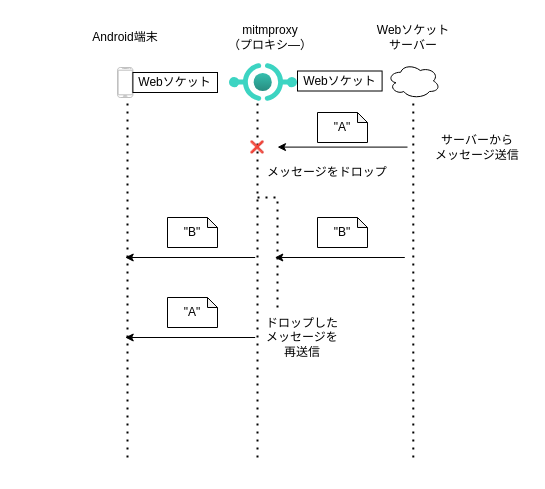
shotaIDE/zenn keeps this draw.io diagram as images/delay-websocket-message-to-android/summary.drawio. Above is the earlier version. Source tidied: cells renumbered, new cells numbered last; positions are measured from the earlier drawing's top-left corner, leaving out a move shared by most shapes. Both pictures are drawn from the tidied source at 100%, with x=0, y=0 at pixel (85, 17).
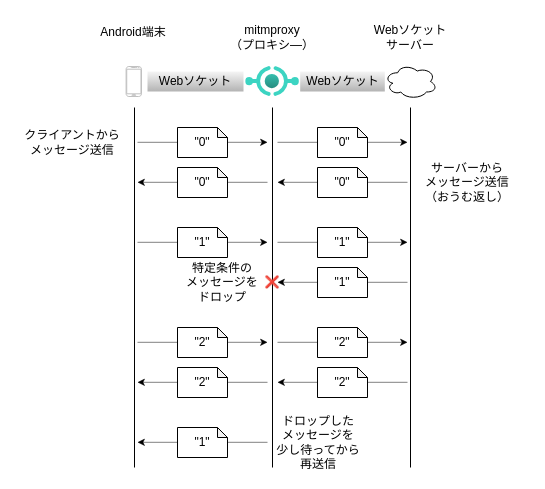
After the change.

What changed in the source:
```diff
@@
     <mxCell id="2" style="verticalLabelPosition=bottom;verticalAlign=top;html=1;shadow=0;dashed=0;strokeWidth=1;shape=mxgraph.android.phone2;strokeColor=#c0c0c0;" parent="1" vertex="1">
-      <mxGeometry x="32" y="50" width="15.4" height="30" as="geometry" />
+      <mxGeometry x="40.6" y="49" width="15.4" height="30" as="geometry" />
     </mxCell>
     <mxCell id="3" style="image;html=1;align=center;fontSize=12;image=img/lib/azure2/other/API_Proxy.svg;" parent="1" vertex="1">
-      <mxGeometry x="144" y="46" width="68" height="38" as="geometry" />
+      <mxGeometry x="160.2" y="49" width="53.7" height="30" as="geometry" />
     </mxCell>
     <mxCell id="4" style="ellipse;shape=cloud;whiteSpace=wrap;html=1;" parent="1" vertex="1">
-      <mxGeometry x="302" y="46" width="52.5" height="35" as="geometry" />
+      <mxGeometry x="299" y="46.5" width="52.5" height="35" as="geometry" />
     </mxCell>
-    <mxCell id="5" value="Webソケット" style="rounded=0;whiteSpace=wrap;html=1;" parent="1" vertex="1">
-      <mxGeometry x="47.4" y="55" width="84.6" height="20" as="geometry" />
+    <mxCell id="5" value="Webソケット" style="rounded=0;whiteSpace=wrap;html=1;fillColor=#f5f5f5;gradientColor=#b3b3b3;strokeColor=none;" parent="1" vertex="1">
+      <mxGeometry x="62" y="54" width="96" height="20" as="geometry" />
     </mxCell>
-    <mxCell id="6" value="Webソケット" style="rounded=0;whiteSpace=wrap;html=1;" parent="1" vertex="1">
-      <mxGeometry x="212" y="53.5" width="84.6" height="20" as="geometry" />
+    <mxCell id="6" value="Webソケット" style="rounded=0;whiteSpace=wrap;html=1;fillColor=#f5f5f5;strokeColor=none;gradientColor=#b3b3b3;" parent="1" vertex="1">
+      <mxGeometry x="214.7" y="54" width="84.6" height="20" as="geometry" />
     </mxCell>
     <mxCell id="7" value="Android端末" style="text;html=1;align=center;verticalAlign=middle;whiteSpace=wrap;rounded=0;" parent="1" vertex="1">
-      <mxGeometry x="-0.3" y="5" width="80" height="30" as="geometry" />
+      <mxGeometry x="8.3" width="80" height="30" as="geometry" />
     </mxCell>
     <mxCell id="8" value="mitmproxy&lt;div&gt;（プロキシ―）&lt;/div&gt;" style="text;html=1;align=center;verticalAlign=middle;whiteSpace=wrap;rounded=0;" parent="1" vertex="1">
-      <mxGeometry x="138" width="94" height="40" as="geometry" />
+      <mxGeometry x="140" width="94" height="40" as="geometry" />
     </mxCell>
     <mxCell id="9" value="Webソケット&lt;div&gt;サーバー&lt;/div&gt;" style="text;html=1;align=center;verticalAlign=middle;whiteSpace=wrap;rounded=0;" parent="1" vertex="1">
-      <mxGeometry x="281.2" width="94" height="40" as="geometry" />
+      <mxGeometry x="278.2" width="94" height="40" as="geometry" />
     </mxCell>
-    <mxCell id="10" style="endArrow=none;dashed=1;html=1;dashPattern=1 3;strokeWidth=2;rounded=0;" parent="1" edge="1">
+    <mxCell id="10" style="endArrow=none;html=1;strokeWidth=1;rounded=0;" parent="1" edge="1">
       <mxGeometry relative="1" as="geometry">
-        <mxPoint x="42" y="440" as="sourcePoint" />
-        <mxPoint x="42" y="84" as="targetPoint" />
+        <mxPoint x="49" y="450" as="sourcePoint" />
+        <mxPoint x="49" y="90" as="targetPoint" />
       </mxGeometry>
     </mxCell>
-    <mxCell id="11" style="endArrow=none;dashed=1;html=1;dashPattern=1 3;strokeWidth=2;rounded=0;" parent="1" edge="1">
+    <mxCell id="11" style="endArrow=none;html=1;strokeWidth=1;rounded=0;" parent="1" edge="1">
       <mxGeometry relative="1" as="geometry">
-        <mxPoint x="172" y="440" as="sourcePoint" />
-        <mxPoint x="172" y="84" as="targetPoint" />
+        <mxPoint x="187" y="450" as="sourcePoint" />
+        <mxPoint x="187" y="90" as="targetPoint" />
       </mxGeometry>
     </mxCell>
-    <mxCell id="12" style="endArrow=none;dashed=1;html=1;dashPattern=1 3;strokeWidth=2;rounded=0;" parent="1" edge="1">
+    <mxCell id="12" style="endArrow=none;html=1;strokeWidth=1;rounded=0;" parent="1" edge="1">
       <mxGeometry relative="1" as="geometry">
-        <mxPoint x="327.8" y="440" as="sourcePoint" />
-        <mxPoint x="327.8" y="84" as="targetPoint" />
+        <mxPoint x="325" y="450" as="sourcePoint" />
+        <mxPoint x="325" y="90" as="targetPoint" />
       </mxGeometry>
     </mxCell>
-    <mxCell id="13" style="endArrow=classic;html=1;rounded=0;" parent="1" edge="1">
-      <mxGeometry relative="1" as="geometry">
-        <mxPoint x="169.7" y="240" as="sourcePoint" />
-        <mxPoint x="39.7" y="240" as="targetPoint" />
-      </mxGeometry>
-    </mxCell>
-    <mxCell id="14" style="endArrow=classic;html=1;rounded=0;" parent="1" edge="1">
-      <mxGeometry relative="1" as="geometry">
-        <mxPoint x="322" y="129.6" as="sourcePoint" />
-        <mxPoint x="192" y="129.6" as="targetPoint" />
-      </mxGeometry>
-    </mxCell>
-    <mxCell id="15" value="サーバーから&lt;div&gt;メッセージ送信&lt;/div&gt;" style="text;html=1;align=center;verticalAlign=middle;whiteSpace=wrap;rounded=0;" parent="1" vertex="1">
-      <mxGeometry x="342" y="110" width="100" height="40" as="geometry" />
+    <mxCell id="15" value="サーバーから&lt;div&gt;メッセージ送信&lt;/div&gt;&lt;div&gt;（おうむ返し）&lt;/div&gt;" style="text;html=1;align=center;verticalAlign=middle;whiteSpace=wrap;rounded=0;" parent="1" vertex="1">
+      <mxGeometry x="332" y="136.9" width="100" height="56.2" as="geometry" />
     </mxCell>
-    <mxCell id="16" value="&quot;A&quot;" style="shape=note;whiteSpace=wrap;html=1;backgroundOutline=1;darkOpacity=0.05;size=10;" parent="1" vertex="1">
-      <mxGeometry x="82" y="280" width="50" height="30" as="geometry" />
-    </mxCell>
-    <mxCell id="17" value="&quot;A&quot;" style="shape=note;whiteSpace=wrap;html=1;backgroundOutline=1;darkOpacity=0.05;size=10;" parent="1" vertex="1">
-      <mxGeometry x="232" y="95" width="50" height="30" as="geometry" />
-    </mxCell>
-    <mxCell id="18" style="endArrow=classic;html=1;rounded=0;" parent="1" edge="1">
-      <mxGeometry relative="1" as="geometry">
-        <mxPoint x="319.3" y="240" as="sourcePoint" />
-        <mxPoint x="189.3" y="240" as="targetPoint" />
-      </mxGeometry>
-    </mxCell>
-    <mxCell id="19" value="&quot;B&quot;" style="shape=note;whiteSpace=wrap;html=1;backgroundOutline=1;darkOpacity=0.05;size=10;" parent="1" vertex="1">
-      <mxGeometry x="232" y="200" width="50" height="30" as="geometry" />
-    </mxCell>
-    <mxCell id="20" value="&quot;B&quot;" style="shape=note;whiteSpace=wrap;html=1;backgroundOutline=1;darkOpacity=0.05;size=10;" parent="1" vertex="1">
-      <mxGeometry x="82" y="200" width="50" height="30" as="geometry" />
-    </mxCell>
-    <mxCell id="21" style="endArrow=classic;html=1;rounded=0;" parent="1" edge="1">
-      <mxGeometry relative="1" as="geometry">
-        <mxPoint x="169.7" y="320" as="sourcePoint" />
-        <mxPoint x="39.7" y="320" as="targetPoint" />
-      </mxGeometry>
-    </mxCell>
     <mxCell id="22" value="❌" style="text;html=1;align=center;verticalAlign=middle;whiteSpace=wrap;rounded=0;" parent="1" vertex="1">
-      <mxGeometry x="152" y="110" width="40" height="40" as="geometry" />
+      <mxGeometry x="167" y="245" width="40" height="40" as="geometry" />
     </mxCell>
-    <mxCell id="23" value="&lt;div&gt;メッセージをドロップ&lt;/div&gt;" style="text;html=1;align=center;verticalAlign=middle;whiteSpace=wrap;rounded=0;" parent="1" vertex="1">
-      <mxGeometry x="172" y="140" width="140" height="30" as="geometry" />
+    <mxCell id="23" value="&lt;div&gt;特定条件の&lt;/div&gt;&lt;div&gt;メッセージを&lt;/div&gt;&lt;div&gt;ドロップ&lt;/div&gt;" style="text;html=1;align=center;verticalAlign=middle;whiteSpace=wrap;rounded=0;" parent="1" vertex="1">
+      <mxGeometry x="92" y="240" width="90" height="50" as="geometry" />
     </mxCell>
-    <mxCell id="24" value="ドロップした&lt;div&gt;メッセージを&lt;div&gt;再送信&lt;/div&gt;&lt;/div&gt;" style="text;html=1;align=center;verticalAlign=middle;whiteSpace=wrap;rounded=0;" parent="1" vertex="1">
-      <mxGeometry x="172" y="290" width="90" height="60" as="geometry" />
+    <mxCell id="24" value="ドロップした&lt;div&gt;メッセージを&lt;/div&gt;&lt;div&gt;少し待ってから&lt;br&gt;&lt;div&gt;再送信&lt;/div&gt;&lt;/div&gt;" style="text;html=1;align=center;verticalAlign=middle;whiteSpace=wrap;rounded=0;" parent="1" vertex="1">
+      <mxGeometry x="188.2" y="395" width="90" height="60" as="geometry" />
     </mxCell>
-    <mxCell id="25" style="endArrow=none;dashed=1;html=1;dashPattern=1 3;strokeWidth=2;rounded=0;" parent="1" edge="1">
-      <mxGeometry relative="1" as="geometry">
-        <mxPoint x="192" y="290" as="sourcePoint" />
-        <mxPoint x="172" y="180" as="targetPoint" />
-        <Array as="points">
-          <mxPoint x="192" y="180" />
-        </Array>
-      </mxGeometry>
-    </mxCell>
+    <mxCell id="26" style="group;" parent="1" vertex="1">
+      <mxGeometry x="192" y="110" width="130" height="30" as="geometry" />
+    </mxCell>
+    <mxCell id="27" style="endArrow=classic;html=1;rounded=0;strokeWidth=0.5;" parent="26" edge="1">
+      <mxGeometry relative="1" as="geometry">
+        <mxPoint y="14.8" as="sourcePoint" />
+        <mxPoint x="130" y="14.8" as="targetPoint" />
+      </mxGeometry>
+    </mxCell>
+    <mxCell id="28" value="&quot;0&quot;" style="shape=note;whiteSpace=wrap;html=1;backgroundOutline=1;darkOpacity=0.05;size=10;" parent="26" vertex="1">
+      <mxGeometry x="40" width="50" height="30" as="geometry" />
+    </mxCell>
+    <mxCell id="29" style="group;" parent="1" vertex="1">
+      <mxGeometry x="52" y="110" width="130" height="30" as="geometry" />
+    </mxCell>
+    <mxCell id="30" style="endArrow=classic;html=1;rounded=0;strokeWidth=0.5;" parent="29" edge="1">
+      <mxGeometry relative="1" as="geometry">
+        <mxPoint y="14.8" as="sourcePoint" />
+        <mxPoint x="130" y="14.8" as="targetPoint" />
+      </mxGeometry>
+    </mxCell>
+    <mxCell id="31" value="&quot;0&quot;" style="shape=note;whiteSpace=wrap;html=1;backgroundOutline=1;darkOpacity=0.05;size=10;" parent="29" vertex="1">
+      <mxGeometry x="40" width="50" height="30" as="geometry" />
+    </mxCell>
+    <mxCell id="32" style="group;" parent="1" vertex="1">
+      <mxGeometry x="52" y="210" width="130" height="30" as="geometry" />
+    </mxCell>
+    <mxCell id="33" style="endArrow=classic;html=1;rounded=0;strokeWidth=0.5;" parent="32" edge="1">
+      <mxGeometry relative="1" as="geometry">
+        <mxPoint y="14.8" as="sourcePoint" />
+        <mxPoint x="130" y="14.8" as="targetPoint" />
+      </mxGeometry>
+    </mxCell>
+    <mxCell id="34" value="&quot;1&quot;" style="shape=note;whiteSpace=wrap;html=1;backgroundOutline=1;darkOpacity=0.05;size=10;" parent="32" vertex="1">
+      <mxGeometry x="40" width="50" height="30" as="geometry" />
+    </mxCell>
+    <mxCell id="35" style="group;" parent="1" vertex="1">
+      <mxGeometry x="192" y="150" width="130" height="30" as="geometry" />
+    </mxCell>
+    <mxCell id="36" style="endArrow=classic;html=1;rounded=0;strokeWidth=0.5;" parent="35" edge="1">
+      <mxGeometry relative="1" as="geometry">
+        <mxPoint x="130" y="14.8" as="sourcePoint" />
+        <mxPoint y="14.8" as="targetPoint" />
+      </mxGeometry>
+    </mxCell>
+    <mxCell id="37" value="&quot;0&quot;" style="shape=note;whiteSpace=wrap;html=1;backgroundOutline=1;darkOpacity=0.05;size=10;" parent="35" vertex="1">
+      <mxGeometry x="40" width="50" height="30" as="geometry" />
+    </mxCell>
+    <mxCell id="38" style="group;" parent="1" vertex="1">
+      <mxGeometry x="52" y="150" width="130" height="30" as="geometry" />
+    </mxCell>
+    <mxCell id="39" style="endArrow=classic;html=1;rounded=0;strokeWidth=0.5;" parent="38" edge="1">
+      <mxGeometry relative="1" as="geometry">
+        <mxPoint x="130" y="14.8" as="sourcePoint" />
+        <mxPoint y="14.8" as="targetPoint" />
+      </mxGeometry>
+    </mxCell>
+    <mxCell id="40" value="&quot;0&quot;" style="shape=note;whiteSpace=wrap;html=1;backgroundOutline=1;darkOpacity=0.05;size=10;" parent="38" vertex="1">
+      <mxGeometry x="40" width="50" height="30" as="geometry" />
+    </mxCell>
+    <mxCell id="41" style="group;" parent="1" vertex="1">
+      <mxGeometry x="192" y="210" width="130" height="30" as="geometry" />
+    </mxCell>
+    <mxCell id="42" style="endArrow=classic;html=1;rounded=0;strokeWidth=0.5;" parent="41" edge="1">
+      <mxGeometry relative="1" as="geometry">
+        <mxPoint y="14.8" as="sourcePoint" />
+        <mxPoint x="130" y="14.8" as="targetPoint" />
+      </mxGeometry>
+    </mxCell>
+    <mxCell id="43" value="&quot;1&quot;" style="shape=note;whiteSpace=wrap;html=1;backgroundOutline=1;darkOpacity=0.05;size=10;" parent="41" vertex="1">
+      <mxGeometry x="40" width="50" height="30" as="geometry" />
+    </mxCell>
+    <mxCell id="44" value="クライアントから&lt;div&gt;メッセージ送信&lt;/div&gt;" style="text;html=1;align=center;verticalAlign=middle;whiteSpace=wrap;rounded=0;" parent="1" vertex="1">
+      <mxGeometry x="-68" y="105" width="110" height="40" as="geometry" />
+    </mxCell>
+    <mxCell id="45" style="group;" parent="1" vertex="1">
+      <mxGeometry x="192" y="250" width="130" height="30" as="geometry" />
+    </mxCell>
+    <mxCell id="46" style="endArrow=classic;html=1;rounded=0;strokeWidth=0.5;" parent="45" edge="1">
+      <mxGeometry relative="1" as="geometry">
+        <mxPoint x="130" y="14.8" as="sourcePoint" />
+        <mxPoint y="14.8" as="targetPoint" />
+      </mxGeometry>
+    </mxCell>
+    <mxCell id="47" value="&quot;1&quot;" style="shape=note;whiteSpace=wrap;html=1;backgroundOutline=1;darkOpacity=0.05;size=10;" parent="45" vertex="1">
+      <mxGeometry x="40" width="50" height="30" as="geometry" />
+    </mxCell>
+    <mxCell id="48" style="group;" parent="1" vertex="1">
+      <mxGeometry x="52" y="310" width="130" height="30" as="geometry" />
+    </mxCell>
+    <mxCell id="49" style="endArrow=classic;html=1;rounded=0;strokeWidth=0.5;" parent="48" edge="1">
+      <mxGeometry relative="1" as="geometry">
+        <mxPoint y="14.8" as="sourcePoint" />
+        <mxPoint x="130" y="14.8" as="targetPoint" />
+      </mxGeometry>
+    </mxCell>
+    <mxCell id="50" value="&quot;2&quot;" style="shape=note;whiteSpace=wrap;html=1;backgroundOutline=1;darkOpacity=0.05;size=10;" parent="48" vertex="1">
+      <mxGeometry x="40" width="50" height="30" as="geometry" />
+    </mxCell>
+    <mxCell id="51" style="group;" parent="1" vertex="1">
+      <mxGeometry x="192" y="310" width="130" height="30" as="geometry" />
+    </mxCell>
+    <mxCell id="52" style="endArrow=classic;html=1;rounded=0;strokeWidth=0.5;" parent="51" edge="1">
+      <mxGeometry relative="1" as="geometry">
+        <mxPoint y="14.8" as="sourcePoint" />
+        <mxPoint x="130" y="14.8" as="targetPoint" />
+      </mxGeometry>
+    </mxCell>
+    <mxCell id="53" value="&quot;2&quot;" style="shape=note;whiteSpace=wrap;html=1;backgroundOutline=1;darkOpacity=0.05;size=10;" parent="51" vertex="1">
+      <mxGeometry x="40" width="50" height="30" as="geometry" />
+    </mxCell>
+    <mxCell id="54" style="group;" parent="1" vertex="1">
+      <mxGeometry x="192" y="350" width="130" height="30" as="geometry" />
+    </mxCell>
+    <mxCell id="55" style="endArrow=classic;html=1;rounded=0;strokeWidth=0.5;" parent="54" edge="1">
+      <mxGeometry relative="1" as="geometry">
+        <mxPoint x="130" y="14.8" as="sourcePoint" />
+        <mxPoint y="14.8" as="targetPoint" />
+      </mxGeometry>
+    </mxCell>
+    <mxCell id="56" value="&quot;2&quot;" style="shape=note;whiteSpace=wrap;html=1;backgroundOutline=1;darkOpacity=0.05;size=10;" parent="54" vertex="1">
+      <mxGeometry x="40" width="50" height="30" as="geometry" />
+    </mxCell>
+    <mxCell id="57" style="group;" parent="1" vertex="1">
+      <mxGeometry x="52" y="350" width="130" height="30" as="geometry" />
+    </mxCell>
+    <mxCell id="58" style="endArrow=classic;html=1;rounded=0;strokeWidth=0.5;" parent="57" edge="1">
+      <mxGeometry relative="1" as="geometry">
+        <mxPoint x="130" y="14.8" as="sourcePoint" />
+        <mxPoint y="14.8" as="targetPoint" />
+      </mxGeometry>
+    </mxCell>
+    <mxCell id="59" value="&quot;2&quot;" style="shape=note;whiteSpace=wrap;html=1;backgroundOutline=1;darkOpacity=0.05;size=10;" parent="57" vertex="1">
+      <mxGeometry x="40" width="50" height="30" as="geometry" />
+    </mxCell>
+    <mxCell id="60" style="group;" parent="1" vertex="1">
+      <mxGeometry x="52" y="410" width="130" height="30" as="geometry" />
+    </mxCell>
+    <mxCell id="61" style="endArrow=classic;html=1;rounded=0;strokeWidth=0.5;" parent="60" edge="1">
+      <mxGeometry relative="1" as="geometry">
+        <mxPoint x="130" y="14.8" as="sourcePoint" />
+        <mxPoint y="14.8" as="targetPoint" />
+      </mxGeometry>
+    </mxCell>
+    <mxCell id="62" value="&quot;1&quot;" style="shape=note;whiteSpace=wrap;html=1;backgroundOutline=1;darkOpacity=0.05;size=10;" parent="60" vertex="1">
+      <mxGeometry x="40" width="50" height="30" as="geometry" />
+    </mxCell>
```
